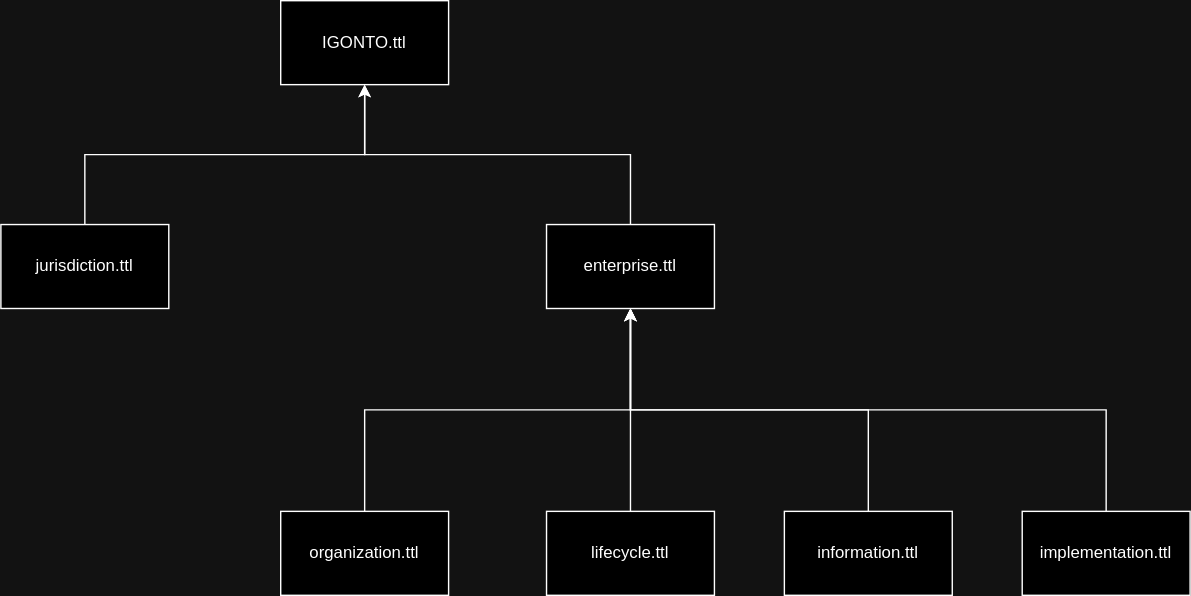
Before: ontology/ontology_prototype/topology.svg, a diagram exported from draw.io (alphaOmegaOnGithub/igsonto). Source tidied: cells renumbered, new cells last; positions are measured from the earlier drawing's top-left corner, leaving out a move shared by most shapes.
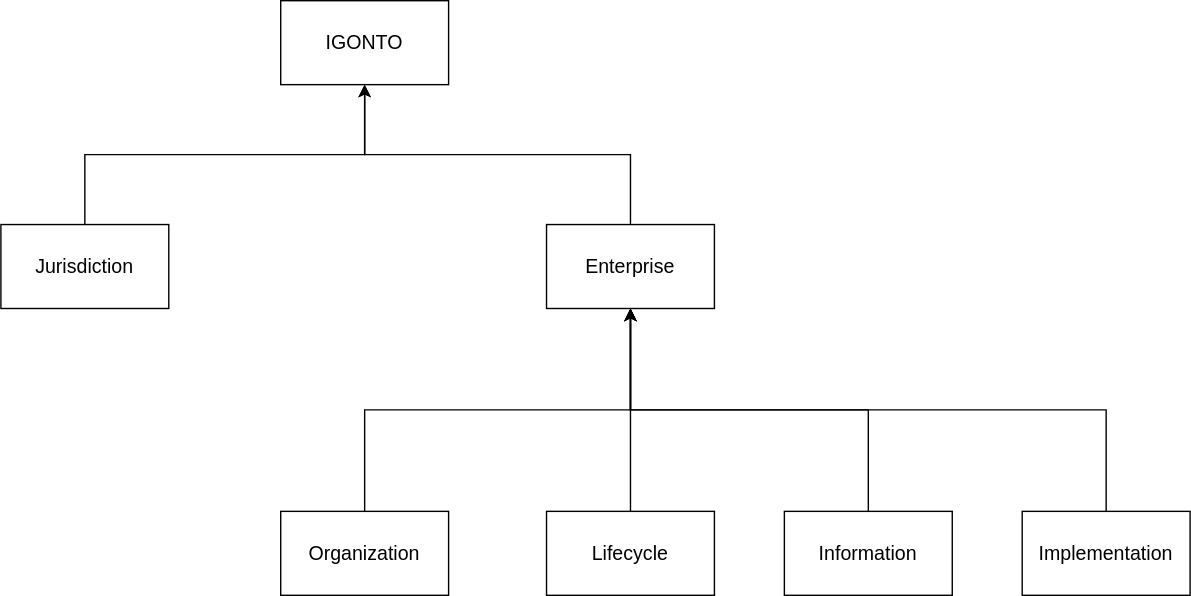
After the change.

Change to the diagram source:
```diff
@@ -5,40 +5,40 @@
     <mxCell id="2" style="edgeStyle=orthogonalEdgeStyle;rounded=0;jettySize=auto;html=1;exitX=0.5;exitY=0;exitDx=0;exitDy=0;entryX=0.5;entryY=1;entryDx=0;entryDy=0;" parent="1" edge="1" source="3" target="6">
       <mxGeometry relative="1" as="geometry" />
     </mxCell>
-    <mxCell id="3" value="jurisdiction.ttl" style="rounded=0;whiteSpace=wrap;html=1;" parent="1" vertex="1">
+    <mxCell id="3" value="&lt;font style=&quot;font-size: 14px;&quot;&gt;Jurisdiction&lt;/font&gt;" style="rounded=0;whiteSpace=wrap;html=1;" parent="1" vertex="1">
       <mxGeometry y="160" width="120" height="60" as="geometry" />
     </mxCell>
     <mxCell id="4" style="edgeStyle=orthogonalEdgeStyle;rounded=0;jettySize=auto;html=1;exitX=0.5;exitY=0;exitDx=0;exitDy=0;entryX=0.5;entryY=1;entryDx=0;entryDy=0;" parent="1" edge="1" source="5" target="6">
       <mxGeometry relative="1" as="geometry" />
     </mxCell>
-    <mxCell id="5" value="enterprise.ttl" style="rounded=0;whiteSpace=wrap;html=1;" parent="1" vertex="1">
+    <mxCell id="5" value="&lt;font style=&quot;font-size: 14px;&quot;&gt;Enterprise&lt;/font&gt;" style="rounded=0;whiteSpace=wrap;html=1;" parent="1" vertex="1">
       <mxGeometry x="390" y="160" width="120" height="60" as="geometry" />
     </mxCell>
-    <mxCell id="6" value="IGONTO.ttl" style="rounded=0;whiteSpace=wrap;html=1;" parent="1" vertex="1">
+    <mxCell id="6" value="&lt;font style=&quot;font-size: 14px;&quot;&gt;IGONTO&lt;/font&gt;" style="rounded=0;whiteSpace=wrap;html=1;" parent="1" vertex="1">
       <mxGeometry x="200" width="120" height="60" as="geometry" />
     </mxCell>
     <mxCell id="7" style="edgeStyle=orthogonalEdgeStyle;rounded=0;jettySize=auto;html=1;exitX=0.5;exitY=0;exitDx=0;exitDy=0;entryX=0.5;entryY=1;entryDx=0;entryDy=0;" parent="1" edge="1" source="8" target="5">
       <mxGeometry relative="1" as="geometry" />
     </mxCell>
-    <mxCell id="8" value="organization.ttl" style="rounded=0;whiteSpace=wrap;html=1;" parent="1" vertex="1">
+    <mxCell id="8" value="&lt;font style=&quot;font-size: 14px;&quot;&gt;Organization&lt;/font&gt;" style="rounded=0;whiteSpace=wrap;html=1;" parent="1" vertex="1">
       <mxGeometry x="200" y="365" width="120" height="60" as="geometry" />
     </mxCell>
     <mxCell id="9" style="edgeStyle=orthogonalEdgeStyle;rounded=0;jettySize=auto;html=1;exitX=0.5;exitY=0;exitDx=0;exitDy=0;entryX=0.5;entryY=1;entryDx=0;entryDy=0;" parent="1" edge="1" source="10" target="5">
       <mxGeometry relative="1" as="geometry" />
     </mxCell>
-    <mxCell id="10" value="lifecycle.ttl" style="rounded=0;whiteSpace=wrap;html=1;" parent="1" vertex="1">
+    <mxCell id="10" value="&lt;font style=&quot;font-size: 14px;&quot;&gt;Lifecycle&lt;/font&gt;" style="rounded=0;whiteSpace=wrap;html=1;" parent="1" vertex="1">
       <mxGeometry x="390" y="365" width="120" height="60" as="geometry" />
     </mxCell>
     <mxCell id="11" style="edgeStyle=orthogonalEdgeStyle;rounded=0;jettySize=auto;html=1;exitX=0.5;exitY=0;exitDx=0;exitDy=0;entryX=0.5;entryY=1;entryDx=0;entryDy=0;" parent="1" edge="1" source="12" target="5">
       <mxGeometry relative="1" as="geometry" />
     </mxCell>
-    <mxCell id="12" value="information.ttl" style="rounded=0;whiteSpace=wrap;html=1;" parent="1" vertex="1">
+    <mxCell id="12" value="&lt;font style=&quot;font-size: 14px;&quot;&gt;Information&lt;/font&gt;" style="rounded=0;whiteSpace=wrap;html=1;" parent="1" vertex="1">
       <mxGeometry x="560" y="365" width="120" height="60" as="geometry" />
     </mxCell>
     <mxCell id="13" style="edgeStyle=orthogonalEdgeStyle;rounded=0;jettySize=auto;html=1;exitX=0.5;exitY=0;exitDx=0;exitDy=0;entryX=0.5;entryY=1;entryDx=0;entryDy=0;" parent="1" edge="1" source="14" target="5">
       <mxGeometry relative="1" as="geometry" />
     </mxCell>
-    <mxCell id="14" value="implementation.ttl" style="rounded=0;whiteSpace=wrap;html=1;" parent="1" vertex="1">
+    <mxCell id="14" value="&lt;font style=&quot;font-size: 14px;&quot;&gt;Implementation&lt;/font&gt;" style="rounded=0;whiteSpace=wrap;html=1;" parent="1" vertex="1">
       <mxGeometry x="730" y="365" width="120" height="60" as="geometry" />
     </mxCell>
   </root>
```
